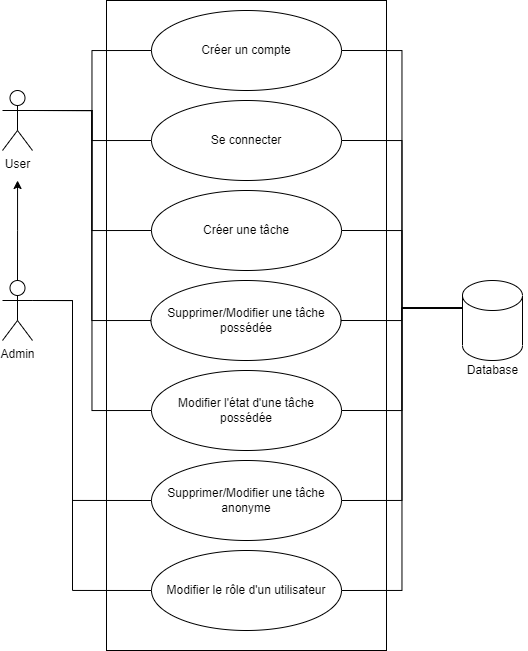
Above: UML/foncP8.png in d4rkstrife/P8_ToDoCo (draw.io), before the change. Source tidied: cells renumbered, new cells last; positions are measured from the earlier drawing's top-left corner, leaving out a move shared by most shapes. The source it was exported from:
```xml
<mxGraphModel>
  <root>
    <mxCell id="0" />
    <mxCell id="1" parent="0" />
    <mxCell id="2" style="rounded=0;whiteSpace=wrap;html=1;" parent="1" vertex="1">
      <mxGeometry x="104" width="280" height="650" as="geometry" />
    </mxCell>
    <mxCell id="3" style="edgeStyle=orthogonalEdgeStyle;rounded=0;jettySize=auto;html=1;exitX=1;exitY=0.3333333333333333;exitDx=0;exitDy=0;exitPerimeter=0;entryX=0;entryY=0.5;entryDx=0;entryDy=0;endArrow=none;endFill=0;" parent="1" edge="1" source="8" target="22">
      <mxGeometry relative="1" as="geometry" />
    </mxCell>
    <mxCell id="4" style="edgeStyle=orthogonalEdgeStyle;rounded=0;jettySize=auto;html=1;exitX=1;exitY=0.3333333333333333;exitDx=0;exitDy=0;exitPerimeter=0;entryX=0;entryY=0.5;entryDx=0;entryDy=0;endArrow=none;endFill=0;" parent="1" edge="1" source="8" target="23">
      <mxGeometry relative="1" as="geometry" />
    </mxCell>
    <mxCell id="5" style="edgeStyle=orthogonalEdgeStyle;rounded=0;jettySize=auto;html=1;exitX=1;exitY=0.3333333333333333;exitDx=0;exitDy=0;exitPerimeter=0;entryX=0;entryY=0.5;entryDx=0;entryDy=0;endArrow=none;endFill=0;" parent="1" edge="1" source="8" target="24">
      <mxGeometry relative="1" as="geometry" />
    </mxCell>
    <mxCell id="6" style="edgeStyle=orthogonalEdgeStyle;rounded=0;jettySize=auto;html=1;exitX=1;exitY=0.3333333333333333;exitDx=0;exitDy=0;exitPerimeter=0;entryX=0;entryY=0.5;entryDx=0;entryDy=0;endArrow=none;endFill=0;" parent="1" edge="1" source="8" target="25">
      <mxGeometry relative="1" as="geometry" />
    </mxCell>
    <mxCell id="7" style="edgeStyle=orthogonalEdgeStyle;rounded=0;jettySize=auto;html=1;exitX=1;exitY=0.3333333333333333;exitDx=0;exitDy=0;exitPerimeter=0;entryX=0;entryY=0.5;entryDx=0;entryDy=0;endArrow=none;endFill=0;" parent="1" edge="1" source="8" target="26">
      <mxGeometry relative="1" as="geometry" />
    </mxCell>
    <mxCell id="8" value="User" style="shape=umlActor;verticalLabelPosition=bottom;verticalAlign=top;html=1;outlineConnect=0;" parent="1" vertex="1">
      <mxGeometry y="90" width="30" height="60" as="geometry" />
    </mxCell>
    <mxCell id="9" style="edgeStyle=orthogonalEdgeStyle;rounded=0;jettySize=auto;html=1;exitX=0.5;exitY=0;exitDx=0;exitDy=0;exitPerimeter=0;" parent="1" edge="1" source="12">
      <mxGeometry relative="1" as="geometry">
        <mxPoint x="15.1" y="180" as="targetPoint" />
      </mxGeometry>
    </mxCell>
    <mxCell id="10" style="edgeStyle=orthogonalEdgeStyle;rounded=0;jettySize=auto;html=1;exitX=1;exitY=0.3333333333333333;exitDx=0;exitDy=0;exitPerimeter=0;entryX=0;entryY=0.5;entryDx=0;entryDy=0;endArrow=none;endFill=0;" parent="1" edge="1" source="12" target="27">
      <mxGeometry relative="1" as="geometry">
        <Array as="points">
          <mxPoint x="70" y="300" />
          <mxPoint x="70" y="500" />
        </Array>
      </mxGeometry>
    </mxCell>
    <mxCell id="11" style="edgeStyle=orthogonalEdgeStyle;rounded=0;jettySize=auto;html=1;exitX=1;exitY=0.3333333333333333;exitDx=0;exitDy=0;exitPerimeter=0;entryX=0;entryY=0.5;entryDx=0;entryDy=0;endArrow=none;endFill=0;" parent="1" edge="1" source="12" target="28">
      <mxGeometry relative="1" as="geometry">
        <Array as="points">
          <mxPoint x="70" y="300" />
          <mxPoint x="70" y="590" />
        </Array>
      </mxGeometry>
    </mxCell>
    <mxCell id="12" value="Admin" style="shape=umlActor;verticalLabelPosition=bottom;verticalAlign=top;html=1;outlineConnect=0;" parent="1" vertex="1">
      <mxGeometry y="280" width="30" height="60" as="geometry" />
    </mxCell>
    <mxCell id="13" style="edgeStyle=orthogonalEdgeStyle;rounded=0;jettySize=auto;html=1;exitX=0;exitY=0;exitDx=0;exitDy=27.5;exitPerimeter=0;entryX=1;entryY=0.5;entryDx=0;entryDy=0;endArrow=none;endFill=0;" parent="1" edge="1" source="20" target="22">
      <mxGeometry relative="1" as="geometry" />
    </mxCell>
    <mxCell id="14" style="edgeStyle=orthogonalEdgeStyle;rounded=0;jettySize=auto;html=1;exitX=0;exitY=0;exitDx=0;exitDy=27.5;exitPerimeter=0;entryX=1;entryY=0.5;entryDx=0;entryDy=0;endArrow=none;endFill=0;" parent="1" edge="1" source="20" target="23">
      <mxGeometry relative="1" as="geometry" />
    </mxCell>
    <mxCell id="15" style="edgeStyle=orthogonalEdgeStyle;rounded=0;jettySize=auto;html=1;exitX=0;exitY=0;exitDx=0;exitDy=27.5;exitPerimeter=0;entryX=1;entryY=0.5;entryDx=0;entryDy=0;endArrow=none;endFill=0;" parent="1" edge="1" source="20" target="24">
      <mxGeometry relative="1" as="geometry" />
    </mxCell>
    <mxCell id="16" style="edgeStyle=orthogonalEdgeStyle;rounded=0;jettySize=auto;html=1;exitX=0;exitY=0;exitDx=0;exitDy=27.5;exitPerimeter=0;entryX=1;entryY=0.5;entryDx=0;entryDy=0;endArrow=none;endFill=0;" parent="1" edge="1" source="20" target="25">
      <mxGeometry relative="1" as="geometry" />
    </mxCell>
    <mxCell id="17" style="edgeStyle=orthogonalEdgeStyle;rounded=0;jettySize=auto;html=1;exitX=0;exitY=0;exitDx=0;exitDy=27.5;exitPerimeter=0;entryX=1;entryY=0.5;entryDx=0;entryDy=0;endArrow=none;endFill=0;" parent="1" edge="1" source="20" target="26">
      <mxGeometry relative="1" as="geometry" />
    </mxCell>
    <mxCell id="18" style="edgeStyle=orthogonalEdgeStyle;rounded=0;jettySize=auto;html=1;exitX=0;exitY=0;exitDx=0;exitDy=27.5;exitPerimeter=0;entryX=1;entryY=0.5;entryDx=0;entryDy=0;endArrow=none;endFill=0;" parent="1" edge="1" source="20" target="27">
      <mxGeometry relative="1" as="geometry" />
    </mxCell>
    <mxCell id="19" style="edgeStyle=orthogonalEdgeStyle;rounded=0;jettySize=auto;html=1;exitX=0;exitY=0;exitDx=0;exitDy=27.5;exitPerimeter=0;entryX=1;entryY=0.5;entryDx=0;entryDy=0;endArrow=none;endFill=0;" parent="1" edge="1" source="20" target="28">
      <mxGeometry relative="1" as="geometry" />
    </mxCell>
    <mxCell id="20" style="shape=cylinder3;whiteSpace=wrap;html=1;boundedLbl=1;backgroundOutline=1;size=15;" parent="1" vertex="1">
      <mxGeometry x="460" y="280" width="60" height="80" as="geometry" />
    </mxCell>
    <mxCell id="21" value="Database" style="text;html=1;align=center;verticalAlign=middle;strokeColor=none;fillColor=none;" parent="1" vertex="1">
      <mxGeometry x="455" y="360" width="70" height="20" as="geometry" />
    </mxCell>
    <mxCell id="22" value="Créer un compte" style="ellipse;whiteSpace=wrap;html=1;" parent="1" vertex="1">
      <mxGeometry x="149" y="10" width="190" height="80" as="geometry" />
    </mxCell>
    <mxCell id="23" value="Se connecter" style="ellipse;whiteSpace=wrap;html=1;" parent="1" vertex="1">
      <mxGeometry x="149" y="100" width="190" height="80" as="geometry" />
    </mxCell>
    <mxCell id="24" value="Créer une tâche" style="ellipse;whiteSpace=wrap;html=1;" parent="1" vertex="1">
      <mxGeometry x="149" y="190" width="190" height="80" as="geometry" />
    </mxCell>
    <mxCell id="25" value="Supprimer/Modifier une tâche possédée" style="ellipse;whiteSpace=wrap;html=1;" parent="1" vertex="1">
      <mxGeometry x="148.5" y="280" width="190" height="80" as="geometry" />
    </mxCell>
    <mxCell id="26" value="Modifier l'état d'une tâche possédée" style="ellipse;whiteSpace=wrap;html=1;" parent="1" vertex="1">
      <mxGeometry x="149" y="370" width="190" height="80" as="geometry" />
    </mxCell>
    <mxCell id="27" value="Supprimer/Modifier une tâche anonyme" style="ellipse;whiteSpace=wrap;html=1;" parent="1" vertex="1">
      <mxGeometry x="149" y="460" width="190" height="80" as="geometry" />
    </mxCell>
    <mxCell id="28" value="Modifier le rôle d'un utilisateur" style="ellipse;whiteSpace=wrap;html=1;" parent="1" vertex="1">
      <mxGeometry x="149" y="550" width="190" height="80" as="geometry" />
    </mxCell>
  </root>
</mxGraphModel>
```
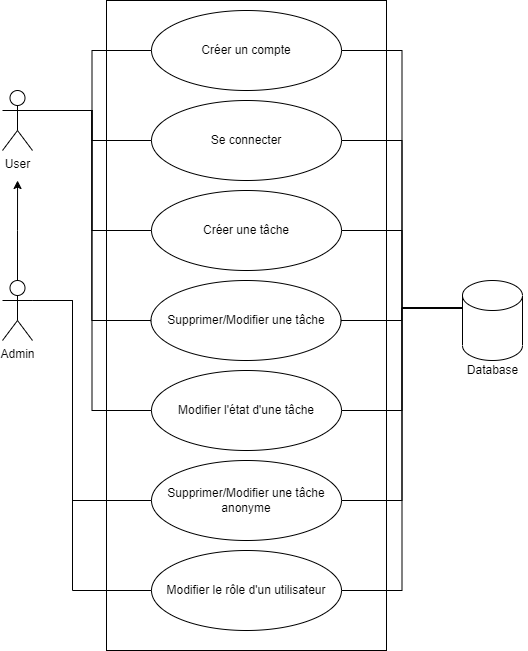
The same diagram one commit later.

Change to the diagram source:
```diff
@@ -83,10 +83,10 @@
     <mxCell id="24" value="Créer une tâche" style="ellipse;whiteSpace=wrap;html=1;" parent="1" vertex="1">
       <mxGeometry x="149" y="190" width="190" height="80" as="geometry" />
     </mxCell>
-    <mxCell id="25" value="Supprimer/Modifier une tâche possédée" style="ellipse;whiteSpace=wrap;html=1;" parent="1" vertex="1">
+    <mxCell id="25" value="Supprimer/Modifier une tâche" style="ellipse;whiteSpace=wrap;html=1;" parent="1" vertex="1">
       <mxGeometry x="148.5" y="280" width="190" height="80" as="geometry" />
     </mxCell>
-    <mxCell id="26" value="Modifier l'état d'une tâche possédée" style="ellipse;whiteSpace=wrap;html=1;" parent="1" vertex="1">
+    <mxCell id="26" value="Modifier l'état d'une tâche" style="ellipse;whiteSpace=wrap;html=1;" parent="1" vertex="1">
       <mxGeometry x="149" y="370" width="190" height="80" as="geometry" />
     </mxCell>
     <mxCell id="27" value="Supprimer/Modifier une tâche anonyme" style="ellipse;whiteSpace=wrap;html=1;" parent="1" vertex="1">
```
